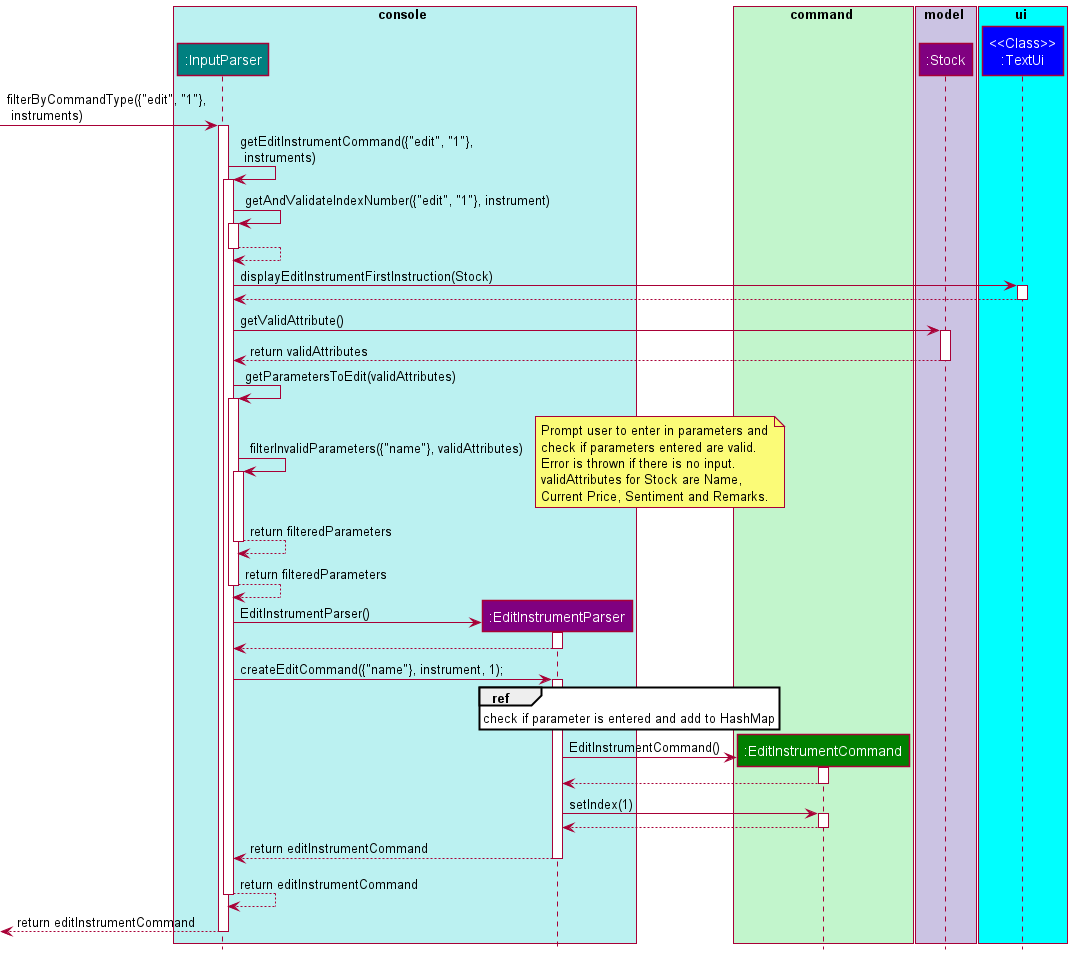
Earlier version of the PlantUML export docs/images/EditInstrumentSequenceDiagram.png (williamlamjy/mTracker).
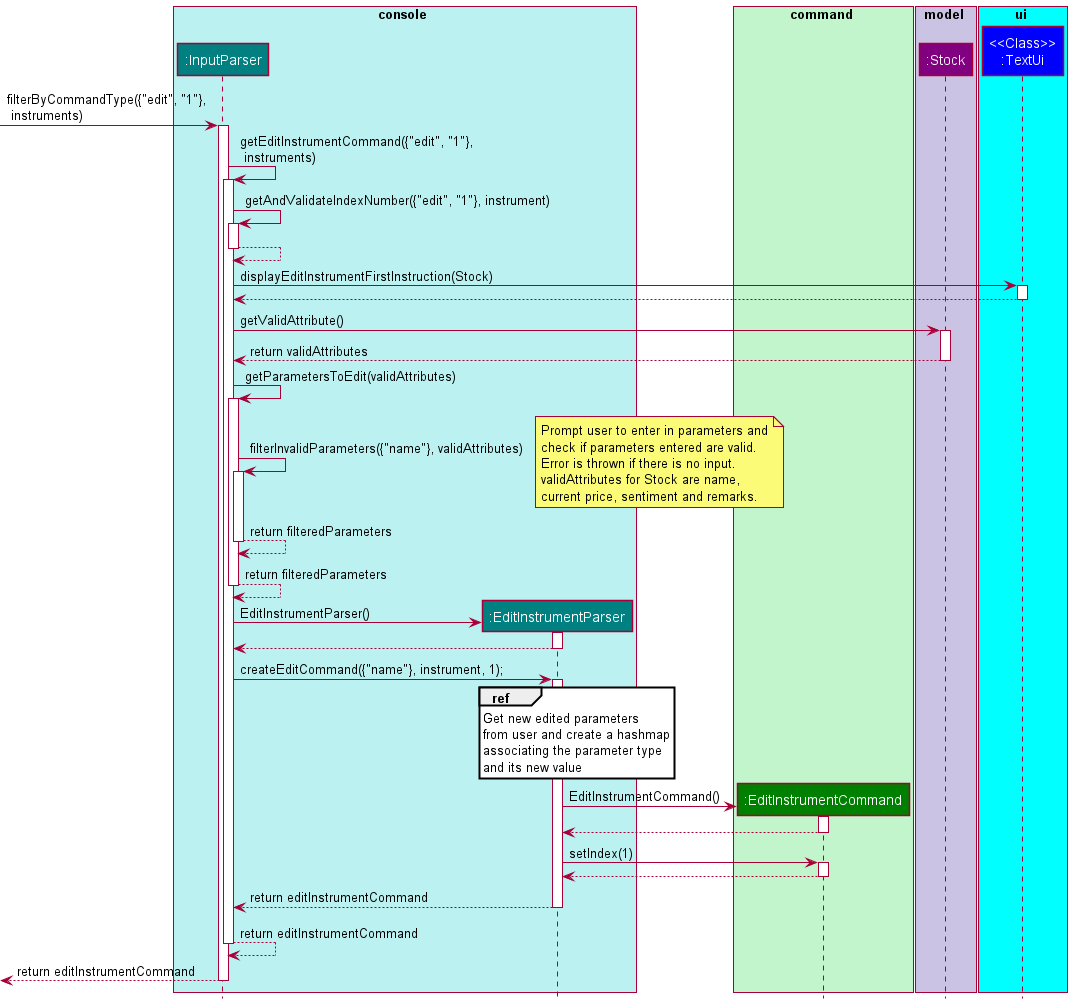
The same diagram one commit later.

Diff of the diagram source:
```diff
@@ -3,7 +3,7 @@
 
 box console COLOR_CONSOLE_SEGMENT
 participant ":InputParser" as InputParser COLOR_CONSOLE
-participant ":EditInstrumentParser" as EditInstrumentParser COLOR_MODEL
+participant ":EditInstrumentParser" as EditInstrumentParser COLOR_CONSOLE
 end box
 
 box command COLOR_FAINT_GREEN
@@ -44,7 +44,7 @@
 activate InputParser
 
 InputParser -> InputParser: filterInvalidParameters({"name"}, validAttributes)
-note right: Prompt user to enter in parameters and\ncheck if parameters entered are valid.\nError is thrown if there is no input.\nvalidAttributes for Stock are Name,\nCurrent Price, Sentiment and Remarks.
+note right: Prompt user to enter in parameters and\ncheck if parameters entered are valid.\nError is thrown if there is no input.\nvalidAttributes for Stock are name,\ncurrent price, sentiment and remarks.
 activate InputParser
 InputParser --> InputParser: return filteredParameters
 deactivate InputParser
@@ -61,7 +61,10 @@
 activate EditInstrumentParser
 
 ref over EditInstrumentParser
-check if parameter is entered and add to HashMap
+Get new edited parameters
+from user and create a hashmap
+associating the parameter type
+and its new value
 endref
 
 create EditInstrumentCommand
```
